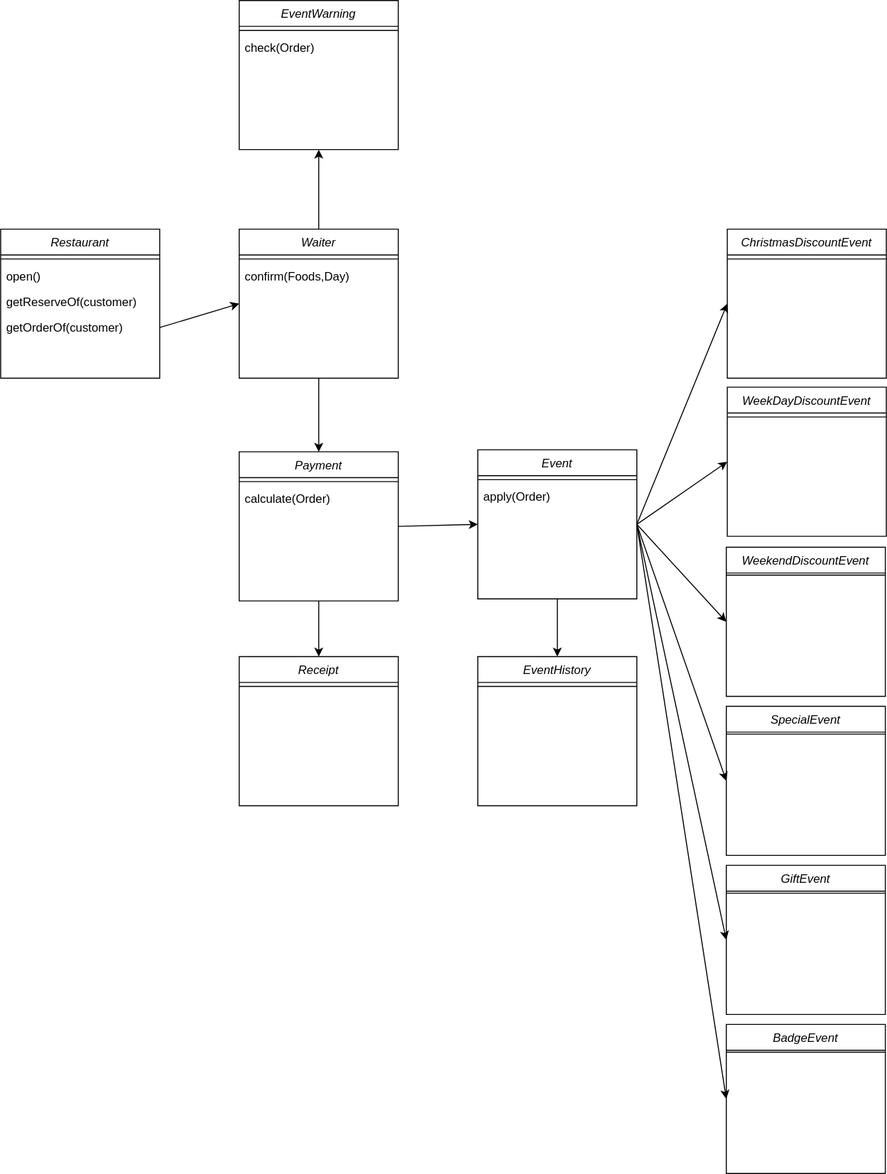
kchsoft/java-christmas-6-kchsoft keeps this draw.io diagram as docs/ClassDiagram_Event.svg. Above is the earlier version. Source tidied: cells renumbered, new cells last; positions are measured from the earlier drawing's top-left corner, leaving out a move shared by most shapes.
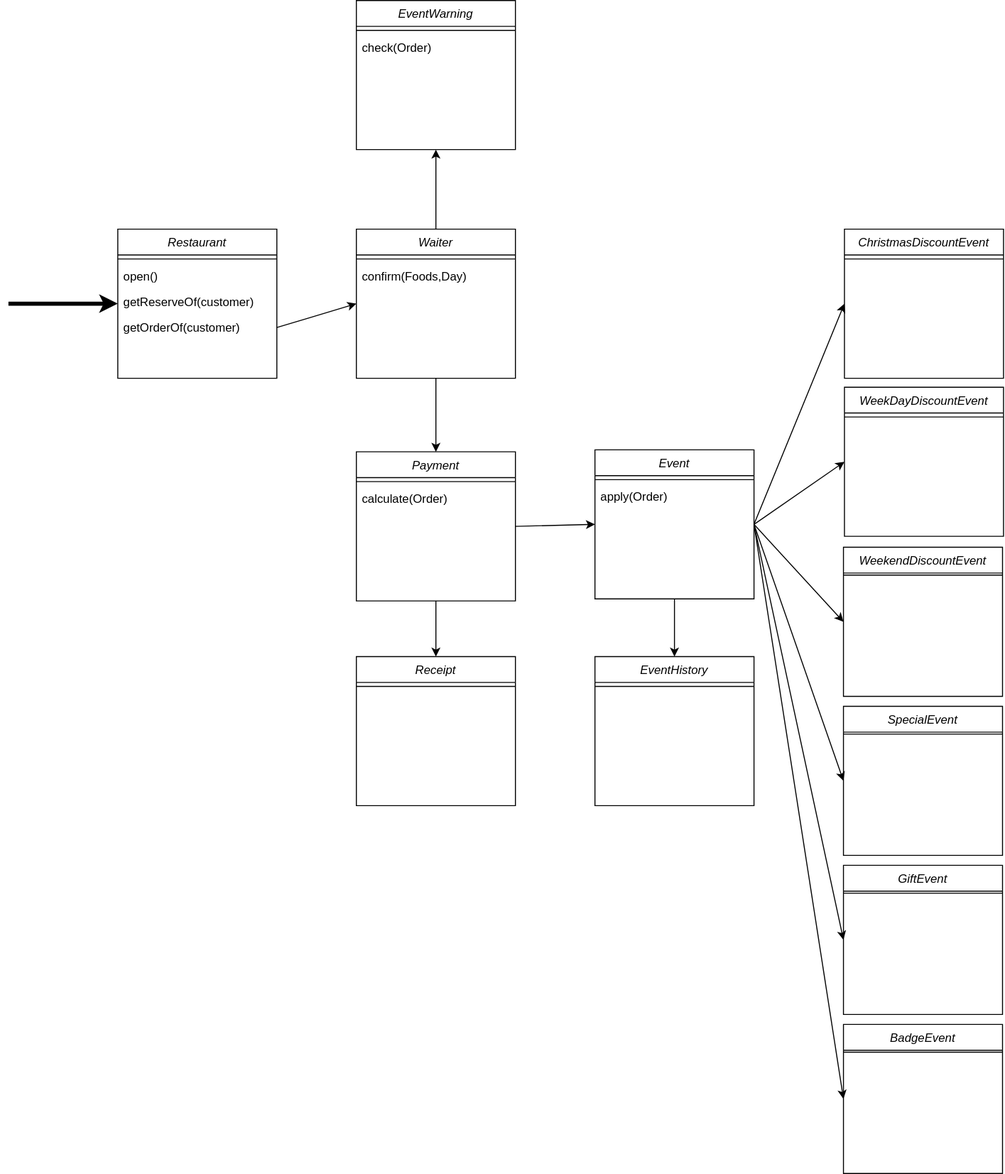
The same diagram one commit later.

Commit message:
docs(design) : update event class diagram

- add Start Arrow

Change to the diagram source:
```diff
@@ -102,7 +102,11 @@
       <mxGeometry y="26" width="160" height="4" as="geometry" />
     </mxCell>
     <mxCell id="35" style="endArrow=classic;html=1;rounded=0;exitX=1;exitY=0.5;exitDx=0;exitDy=0;entryX=0;entryY=0.5;entryDx=0;entryDy=0;" parent="1" edge="1" source="6" target="7">
-      <mxGeometry relative="1" as="geometry" />
+      <mxGeometry relative="1" as="geometry">
+        <Array as="points">
+          <mxPoint x="190" y="320" />
+        </Array>
+      </mxGeometry>
     </mxCell>
     <mxCell id="36" style="endArrow=classic;html=1;rounded=0;exitX=0.5;exitY=1;exitDx=0;exitDy=0;entryX=0.5;entryY=0;entryDx=0;entryDy=0;" parent="1" edge="1" source="7" target="13">
       <mxGeometry relative="1" as="geometry" />
@@ -137,5 +141,13 @@
     <mxCell id="46" style="endArrow=classic;html=1;rounded=0;exitX=1;exitY=0.5;exitDx=0;exitDy=0;entryX=0;entryY=0.5;entryDx=0;entryDy=0;" parent="1" edge="1" source="16" target="31">
       <mxGeometry relative="1" as="geometry" />
     </mxCell>
+    <mxCell id="47" style="endArrow=classic;html=1;rounded=0;entryX=0;entryY=0.5;entryDx=0;entryDy=0;strokeWidth=4;" parent="1" edge="1" target="2">
+      <mxGeometry relative="1" as="geometry">
+        <mxPoint x="-60" y="305" as="sourcePoint" />
+        <Array as="points">
+          <mxPoint x="-110" y="305" />
+        </Array>
+      </mxGeometry>
+    </mxCell>
   </root>
 </mxGraphModel>
```
